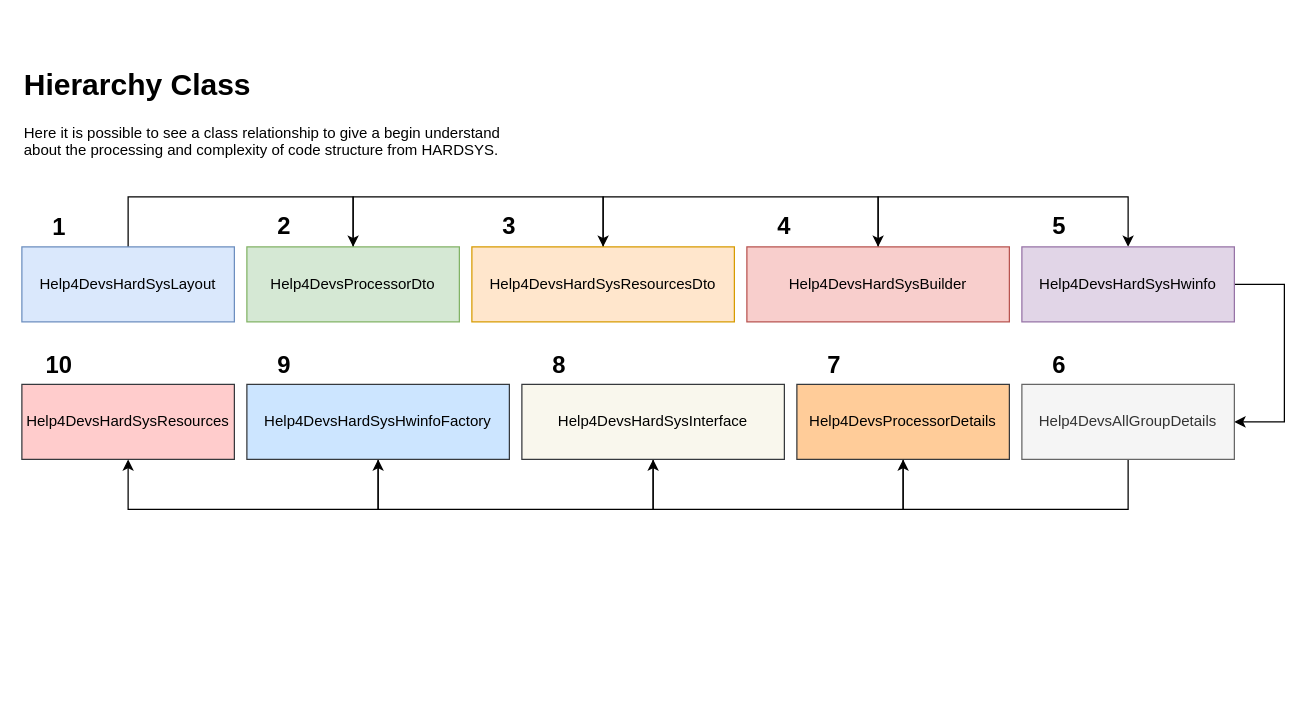
The draw.io diagram page "Page-2" (2 of 2) of media/hardsys.drawio in huntercodexs/help4devs-commons, before the edit. Source tidied: cells renumbered, new cells numbered last; positions are measured from the earlier drawing's top-left corner, leaving out a move shared by most shapes. Both pictures are drawn from the tidied source at 125%, with x=0, y=0 at pixel (21, 59).
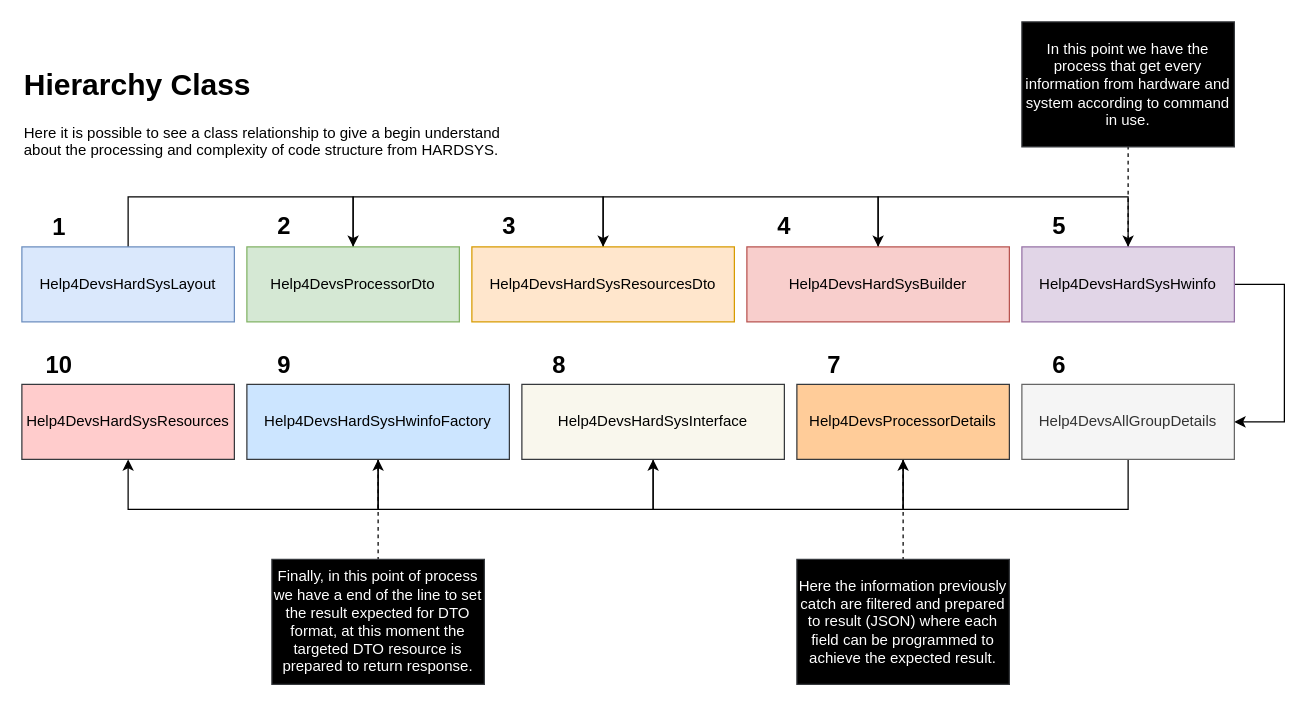
The same page after the edit.

Unchanged cells that the change refers to:
```xml
<mxCell id="11" value="Help4DevsHardSysHwinfo" style="rounded=0;whiteSpace=wrap;fillColor=#e1d5e7;strokeColor=#9673a6;" parent="1" vertex="1">
  <mxGeometry x="800" y="150" width="170" height="60" as="geometry" />
</mxCell>
<mxCell id="14" value="Help4DevsProcessorDetails" style="rounded=0;whiteSpace=wrap;fillColor=#ffcc99;strokeColor=#36393d;" parent="1" vertex="1">
  <mxGeometry x="620" y="260" width="170" height="60" as="geometry" />
</mxCell>
<mxCell id="18" value="Help4DevsHardSysHwinfoFactory" style="rounded=0;whiteSpace=wrap;fillColor=#cce5ff;strokeColor=#36393d;" parent="1" vertex="1">
  <mxGeometry x="180" y="260" width="210" height="60" as="geometry" />
</mxCell>
```

The edit, as a diff of the source:
```diff
@@
+    <mxCell id="32" style="edgeStyle=orthogonalEdgeStyle;rounded=0;jettySize=auto;html=1;endArrow=none;endFill=0;dashed=1;" parent="1" edge="1" source="11" target="35">
+      <mxGeometry relative="1" as="geometry" />
+    </mxCell>
@@
+    <mxCell id="33" style="edgeStyle=orthogonalEdgeStyle;rounded=0;jettySize=auto;html=1;endArrow=none;endFill=0;dashed=1;" parent="1" edge="1" source="14" target="36">
+      <mxGeometry relative="1" as="geometry" />
+    </mxCell>
@@
+    <mxCell id="34" style="edgeStyle=orthogonalEdgeStyle;rounded=0;jettySize=auto;html=1;endArrow=none;endFill=0;dashed=1;" parent="1" edge="1" source="18" target="37">
+      <mxGeometry relative="1" as="geometry" />
+    </mxCell>
@@
+    <mxCell id="35" value="In this point we have the process that get every information from hardware and system according to command in use." style="rounded=0;whiteSpace=wrap;fillColor=#000000;strokeColor=#36393d;fontColor=#FFFFFF;align=center;" parent="1" vertex="1">
+      <mxGeometry x="800" y="-30" width="170" height="100" as="geometry" />
+    </mxCell>
+    <mxCell id="36" value="Here the information previously catch are filtered and prepared to result (JSON) where each field can be programmed to achieve the expected result." style="rounded=0;whiteSpace=wrap;fillColor=#000000;strokeColor=#36393d;fontColor=#FFFFFF;" parent="1" vertex="1">
+      <mxGeometry x="620" y="400" width="170" height="100" as="geometry" />
+    </mxCell>
+    <mxCell id="37" value="Finally, in this point of process we have a end of the line to set the result expected for DTO format, at this moment the targeted DTO resource is prepared to return response." style="rounded=0;whiteSpace=wrap;fillColor=#000000;strokeColor=#36393d;fontColor=#FFFFFF;" parent="1" vertex="1">
+      <mxGeometry x="200" y="400" width="170" height="100" as="geometry" />
+    </mxCell>
```
